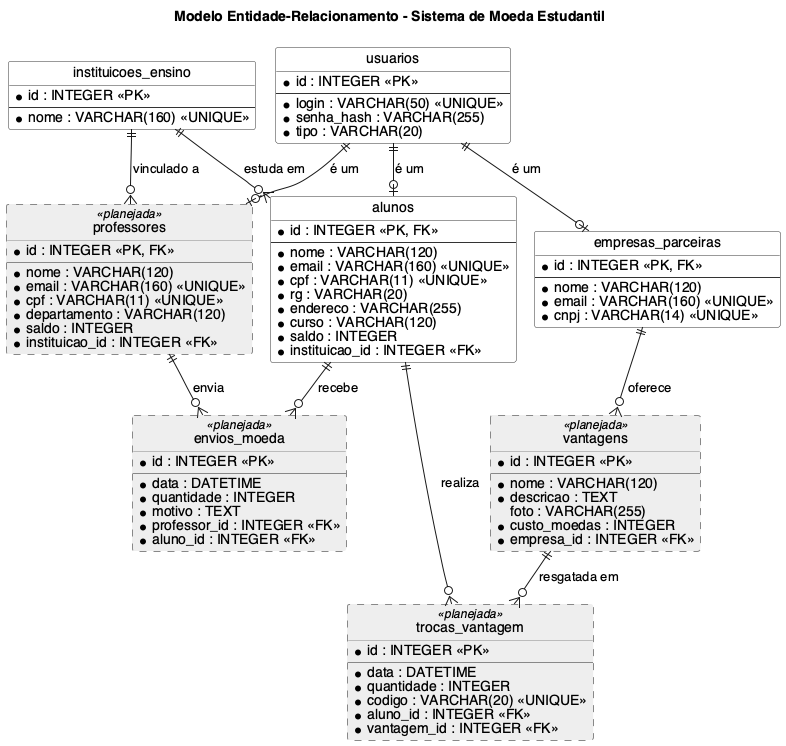
devglucas/Lab03S01---Moeda-Estudantil keeps this PlantUML diagram as docs/modelo-er.png. Above is the earlier version. Its diagram source:
```plantuml
@startuml modelo-er
!pragma layout smetana
hide circle
skinparam linetype ortho
skinparam shadowing false
skinparam defaultFontName Helvetica

title Modelo Entidade-Relacionamento - Sistema de Moeda Estudantil

entity "usuarios" as usuarios #FFFFFF ##333333 {
  * id : INTEGER <<PK>>
  --
  * login : VARCHAR(50) <<UNIQUE>>
  * senha_hash : VARCHAR(255)
  * tipo : VARCHAR(20)
}

entity "instituicoes_ensino" as instituicoes #FFFFFF ##333333 {
  * id : INTEGER <<PK>>
  --
  * nome : VARCHAR(160) <<UNIQUE>>
}

entity "alunos" as alunos #FFFFFF ##333333 {
  * id : INTEGER <<PK, FK>>
  --
  * nome : VARCHAR(120)
  * email : VARCHAR(160) <<UNIQUE>>
  * cpf : VARCHAR(11) <<UNIQUE>>
  * rg : VARCHAR(20)
  * endereco : VARCHAR(255)
  * curso : VARCHAR(120)
  * saldo : INTEGER
  * instituicao_id : INTEGER <<FK>>
}

entity "professores" as professores <<planejada>> #EEEEEE ##[dashed]888888 {
  * id : INTEGER <<PK, FK>>
  --
  * nome : VARCHAR(120)
  * email : VARCHAR(160) <<UNIQUE>>
  * cpf : VARCHAR(11) <<UNIQUE>>
  * departamento : VARCHAR(120)
  * saldo : INTEGER
  * instituicao_id : INTEGER <<FK>>
}

entity "empresas_parceiras" as empresas #FFFFFF ##333333 {
  * id : INTEGER <<PK, FK>>
  --
  * nome : VARCHAR(120)
  * email : VARCHAR(160) <<UNIQUE>>
  * cnpj : VARCHAR(14) <<UNIQUE>>
}

entity "vantagens" as vantagens <<planejada>> #EEEEEE ##[dashed]888888 {
  * id : INTEGER <<PK>>
  --
  * nome : VARCHAR(120)
  * descricao : TEXT
  foto : VARCHAR(255)
  * custo_moedas : INTEGER
  * empresa_id : INTEGER <<FK>>
}

entity "envios_moeda" as envios <<planejada>> #EEEEEE ##[dashed]888888 {
  * id : INTEGER <<PK>>
  --
  * data : DATETIME
  * quantidade : INTEGER
  * motivo : TEXT
  * professor_id : INTEGER <<FK>>
  * aluno_id : INTEGER <<FK>>
}

entity "trocas_vantagem" as trocas <<planejada>> #EEEEEE ##[dashed]888888 {
  * id : INTEGER <<PK>>
  --
  * data : DATETIME
  * quantidade : INTEGER
  * codigo : VARCHAR(20) <<UNIQUE>>
  * aluno_id : INTEGER <<FK>>
  * vantagem_id : INTEGER <<FK>>
}

usuarios ||--o| alunos : "é um"
usuarios ||--o| professores : "é um"
usuarios ||--o| empresas : "é um"

instituicoes ||--o{ alunos : "estuda em"
instituicoes ||--o{ professores : "vinculado a"

empresas ||--o{ vantagens : "oferece"

professores ||--o{ envios : "envia"
alunos ||--o{ envios : "recebe"

alunos ||--o{ trocas : "realiza"
vantagens ||--o{ trocas : "resgatada em"

@enduml
```
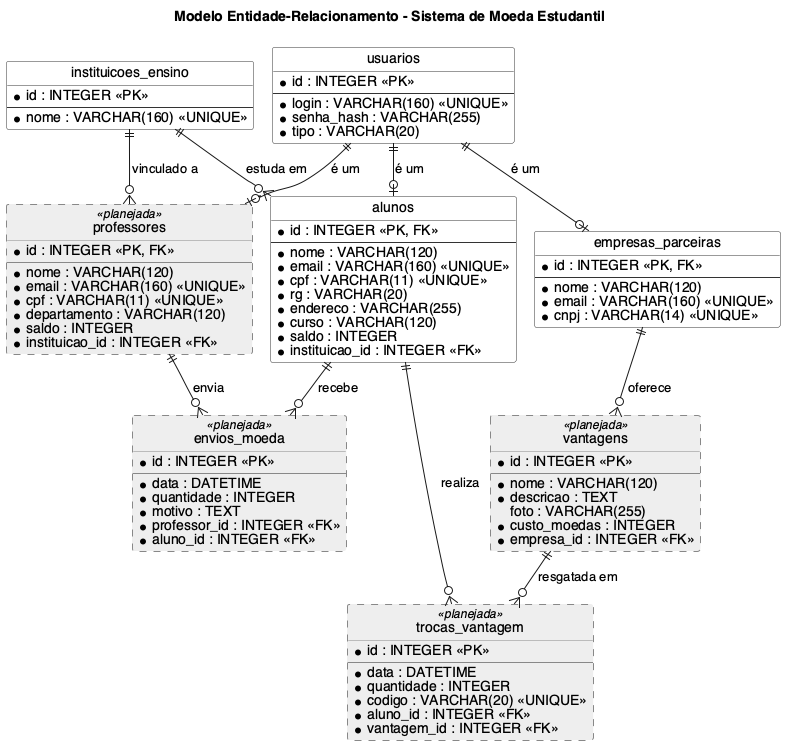
After the change.

Commit message:
docs: atualiza modelo ER com login como e-mail

Diff of the diagram source:
```diff
@@ -10,7 +10,7 @@
 entity "usuarios" as usuarios #FFFFFF ##333333 {
   * id : INTEGER <<PK>>
   --
-  * login : VARCHAR(50) <<UNIQUE>>
+  * login : VARCHAR(160) <<UNIQUE>>
   * senha_hash : VARCHAR(255)
   * tipo : VARCHAR(20)
 }
```
